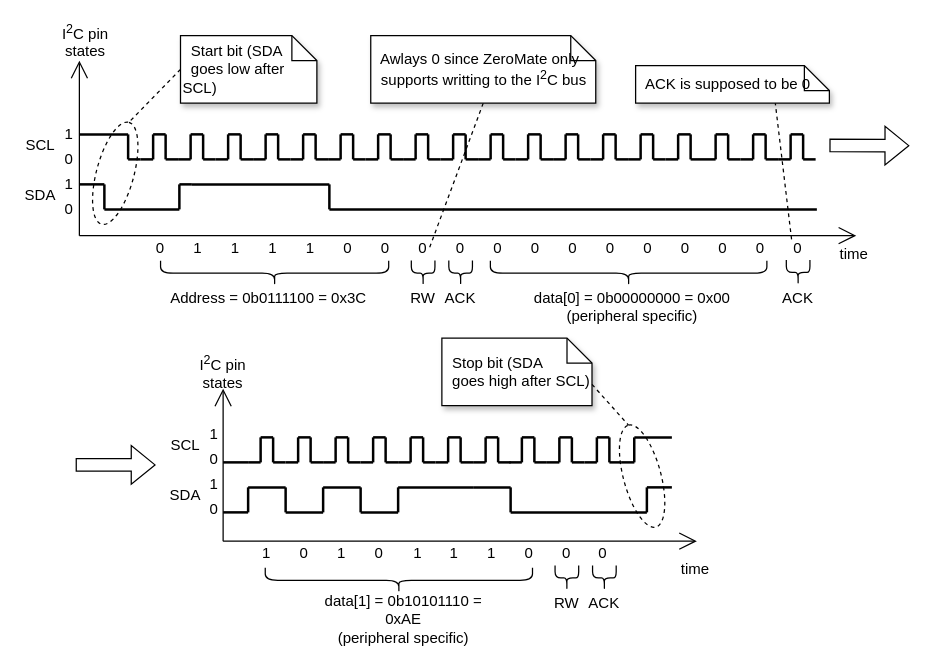
Before: docs/diagrams/peripherals/bsc/bsc.drawio in silhavyj/ZeroMate, a draw.io diagram. Source tidied: cells renumbered, new cells numbered last; positions are measured from the earlier drawing's top-left corner, leaving out a move shared by most shapes. Both pictures are drawn from the tidied source at 125%, with x=0, y=0 at pixel (21, 21).
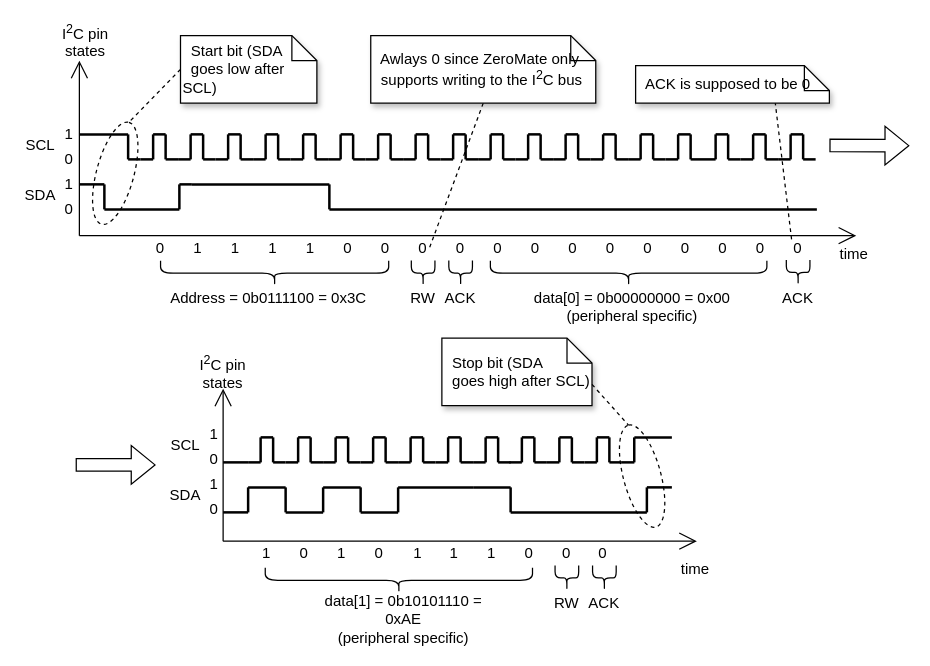
The same diagram, later.

Commit message:
Modified UML diagrams

Change to the diagram source:
```diff
@@
-    <mxCell id="199" value="&amp;nbsp; Awlays 0 since ZeroMate only&lt;br&gt;&amp;nbsp; supports writting to the I&lt;sup&gt;2&lt;/sup&gt;C bus" style="shape=note;size=20;whiteSpace=wrap;html=1;fontFamily=Computer Modern;align=left;shadow=1;" parent="1" vertex="1">
+    <mxCell id="199" value="&amp;nbsp; Awlays 0 since ZeroMate only&lt;br&gt;&amp;nbsp; supports writing to the I&lt;sup&gt;2&lt;/sup&gt;C bus" style="shape=note;size=20;whiteSpace=wrap;html=1;fontFamily=Computer Modern;align=left;shadow=1;" parent="1" vertex="1">
       <mxGeometry x="279.1" y="11" width="180" height="54" as="geometry" />
     </mxCell>
```
